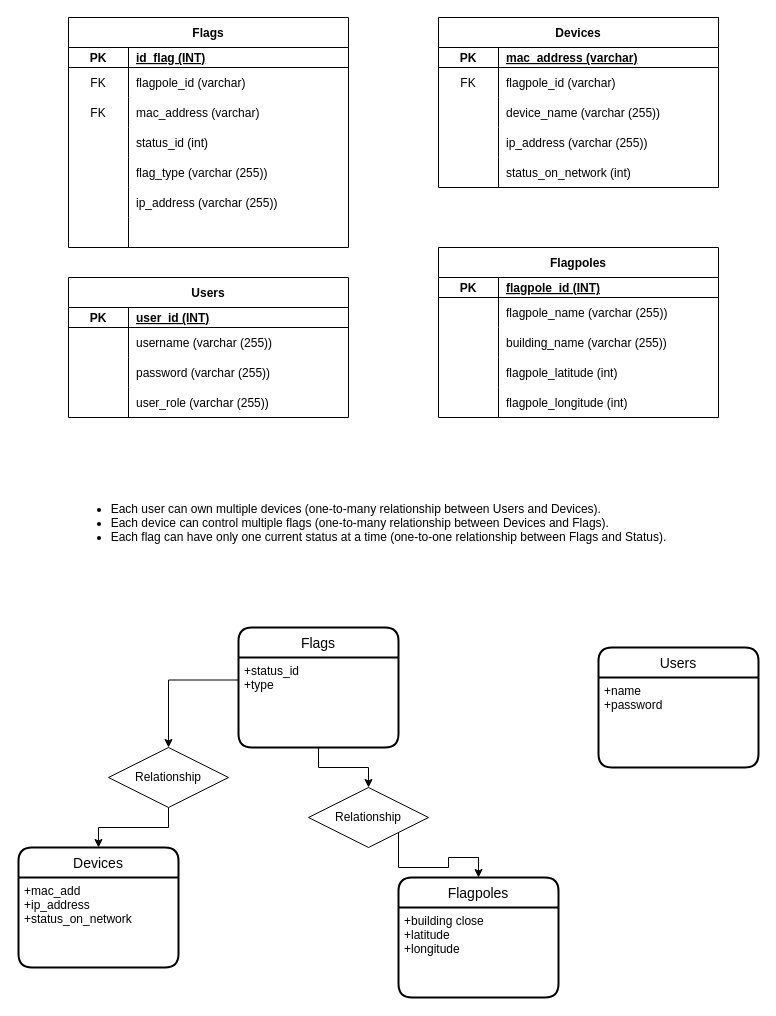
The draw.io diagram db/database_schema.drawio in Wanghley/Flag-Pole-Automatic-System, before the edit. Source tidied: cells renumbered, new cells numbered last; positions are measured from the earlier drawing's top-left corner, leaving out a move shared by most shapes. Both pictures are drawn from the tidied source at 100%, with x=0, y=0 at pixel (18, 17).
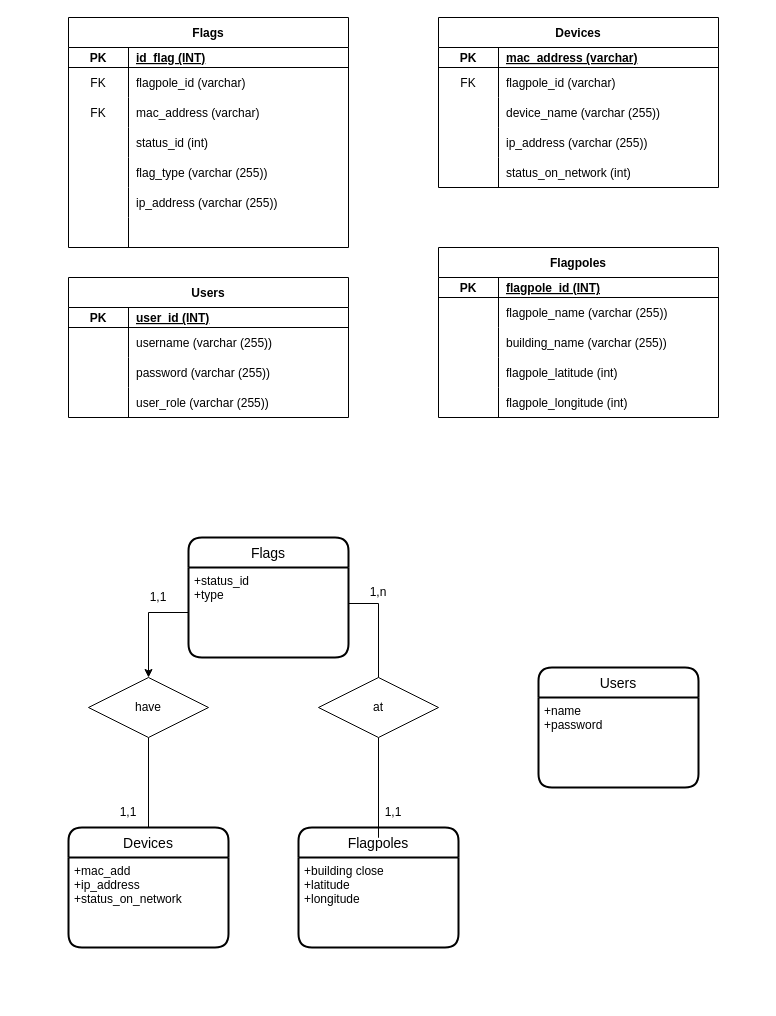
The same diagram, later.

Commit message:
fix!: add cardinality to MER diagram

DB version one ready to be programmed and deployed to website.

The change refers to these unchanged cells:
```xml
<mxCell id="71" value="+status_id&#10;+type" style="align=left;strokeColor=none;fillColor=none;spacingLeft=4;fontSize=12;verticalAlign=top;" parent="70" vertex="1">
  <mxGeometry y="30" width="160" height="90" as="geometry" />
</mxCell>
```

Diff of the diagram source:
```diff
@@
-    <mxCell id="69" value="&lt;div style=&quot;text-align: justify;&quot;&gt;&lt;ul&gt;&lt;li&gt;Each user can own multiple devices (one-to-many relationship between Users and Devices).&lt;/li&gt;&lt;li&gt;Each device can control multiple flags (one-to-many relationship between Devices and Flags).&lt;/li&gt;&lt;li&gt;Each flag can have only one current status at a time (one-to-one relationship between Flags and Status).&lt;/li&gt;&lt;/ul&gt;&lt;div&gt;&lt;br&gt;&lt;/div&gt;&lt;div&gt;&lt;br&gt;&lt;/div&gt;&lt;/div&gt;" style="text;html=1;align=center;verticalAlign=middle;strokeColor=none;fillColor=none;" parent="1" vertex="1">
-      <mxGeometry x="40" y="465" width="620" height="110" as="geometry" />
-    </mxCell>
     <mxCell id="70" value="Flags" style="swimlane;horizontal=1;startSize=30;rounded=1;fontSize=14;fontStyle=0;strokeWidth=2;shadow=0;dashed=0;align=center;" parent="1" vertex="1">
-      <mxGeometry x="220" y="610" width="160" height="120" as="geometry" />
+      <mxGeometry x="170" y="520" width="160" height="120" as="geometry" />
     </mxCell>
@@
     <mxCell id="72" value="Devices" style="swimlane;horizontal=1;startSize=30;rounded=1;fontSize=14;fontStyle=0;strokeWidth=2;shadow=0;dashed=0;align=center;" parent="1" vertex="1">
-      <mxGeometry y="830" width="160" height="120" as="geometry" />
+      <mxGeometry x="50" y="810" width="160" height="120" as="geometry" />
     </mxCell>
@@
     <mxCell id="74" value="Flagpoles" style="swimlane;horizontal=1;startSize=30;rounded=1;fontSize=14;fontStyle=0;strokeWidth=2;shadow=0;dashed=0;align=center;" parent="1" vertex="1">
-      <mxGeometry x="380" y="860" width="160" height="120" as="geometry" />
+      <mxGeometry x="280" y="810" width="160" height="120" as="geometry" />
     </mxCell>
@@
     <mxCell id="76" value="Users" style="swimlane;horizontal=1;startSize=30;rounded=1;fontSize=14;fontStyle=0;strokeWidth=2;shadow=0;dashed=0;align=center;" parent="1" vertex="1">
-      <mxGeometry x="580" y="630" width="160" height="120" as="geometry" />
+      <mxGeometry x="520" y="650" width="160" height="120" as="geometry" />
     </mxCell>
@@
-    <mxCell id="78" style="edgeStyle=orthogonalEdgeStyle;rounded=0;jettySize=auto;html=1;exitX=1;exitY=1;exitDx=0;exitDy=0;entryX=0.5;entryY=0;entryDx=0;entryDy=0;" parent="1" edge="1" source="79" target="74">
-      <mxGeometry relative="1" as="geometry" />
+    <mxCell id="78" style="edgeStyle=orthogonalEdgeStyle;rounded=0;jettySize=auto;html=1;exitX=0.5;exitY=1;exitDx=0;exitDy=0;entryX=0.5;entryY=0;entryDx=0;entryDy=0;endArrow=none;endFill=0;" parent="1" edge="1" source="79" target="74">
+      <mxGeometry relative="1" as="geometry">
+        <Array as="points">
+          <mxPoint x="360" y="820" />
+        </Array>
+      </mxGeometry>
     </mxCell>
-    <mxCell id="79" value="Relationship" style="shape=rhombus;perimeter=rhombusPerimeter;whiteSpace=wrap;html=1;align=center;" parent="1" vertex="1">
-      <mxGeometry x="290" y="770" width="120" height="60" as="geometry" />
+    <mxCell id="79" value="at" style="shape=rhombus;perimeter=rhombusPerimeter;whiteSpace=wrap;html=1;align=center;" parent="1" vertex="1">
+      <mxGeometry x="300" y="660" width="120" height="60" as="geometry" />
     </mxCell>
-    <mxCell id="80" style="edgeStyle=orthogonalEdgeStyle;rounded=0;jettySize=auto;html=1;exitX=0.5;exitY=1;exitDx=0;exitDy=0;entryX=0.5;entryY=0;entryDx=0;entryDy=0;" parent="1" edge="1" source="71" target="79">
+    <mxCell id="80" style="edgeStyle=orthogonalEdgeStyle;rounded=0;jettySize=auto;html=1;exitX=1;exitY=0.4;exitDx=0;exitDy=0;entryX=0.5;entryY=0;entryDx=0;entryDy=0;endArrow=none;endFill=0;exitPerimeter=0;" parent="1" edge="1" source="71" target="79">
       <mxGeometry relative="1" as="geometry" />
     </mxCell>
-    <mxCell id="81" style="edgeStyle=orthogonalEdgeStyle;rounded=0;jettySize=auto;html=1;exitX=0.5;exitY=1;exitDx=0;exitDy=0;entryX=0.5;entryY=0;entryDx=0;entryDy=0;" parent="1" edge="1" source="82" target="72">
+    <mxCell id="81" style="edgeStyle=orthogonalEdgeStyle;rounded=0;jettySize=auto;html=1;exitX=0.5;exitY=1;exitDx=0;exitDy=0;entryX=0.5;entryY=0;entryDx=0;entryDy=0;endArrow=none;endFill=0;" parent="1" edge="1" source="82" target="72">
       <mxGeometry relative="1" as="geometry" />
     </mxCell>
-    <mxCell id="82" value="Relationship" style="shape=rhombus;perimeter=rhombusPerimeter;whiteSpace=wrap;html=1;align=center;" parent="1" vertex="1">
-      <mxGeometry x="90" y="730" width="120" height="60" as="geometry" />
+    <mxCell id="82" value="have" style="shape=rhombus;perimeter=rhombusPerimeter;whiteSpace=wrap;html=1;align=center;" parent="1" vertex="1">
+      <mxGeometry x="70" y="660" width="120" height="60" as="geometry" />
     </mxCell>
-    <mxCell id="83" style="edgeStyle=orthogonalEdgeStyle;rounded=0;jettySize=auto;html=1;exitX=0;exitY=0.25;exitDx=0;exitDy=0;entryX=0.5;entryY=0;entryDx=0;entryDy=0;" parent="1" edge="1" source="71" target="82">
+    <mxCell id="83" style="edgeStyle=orthogonalEdgeStyle;rounded=0;jettySize=auto;html=1;exitX=0;exitY=0.5;exitDx=0;exitDy=0;entryX=0.5;entryY=0;entryDx=0;entryDy=0;" parent="1" edge="1" source="71" target="82">
       <mxGeometry relative="1" as="geometry" />
     </mxCell>
+    <mxCell id="84" value="1,1" style="text;html=1;strokeColor=none;fillColor=none;align=center;verticalAlign=middle;whiteSpace=wrap;rounded=0;" parent="1" vertex="1">
+      <mxGeometry x="80" y="780" width="60" height="30" as="geometry" />
+    </mxCell>
+    <mxCell id="85" value="1,1" style="text;html=1;strokeColor=none;fillColor=none;align=center;verticalAlign=middle;whiteSpace=wrap;rounded=0;" parent="1" vertex="1">
+      <mxGeometry x="110" y="565" width="60" height="30" as="geometry" />
+    </mxCell>
+    <mxCell id="86" value="1,1" style="text;html=1;strokeColor=none;fillColor=none;align=center;verticalAlign=middle;whiteSpace=wrap;rounded=0;" parent="1" vertex="1">
+      <mxGeometry x="345" y="780" width="60" height="30" as="geometry" />
+    </mxCell>
+    <mxCell id="87" value="1,n" style="text;html=1;strokeColor=none;fillColor=none;align=center;verticalAlign=middle;whiteSpace=wrap;rounded=0;" parent="1" vertex="1">
+      <mxGeometry x="330" y="560" width="60" height="30" as="geometry" />
+    </mxCell>
```
